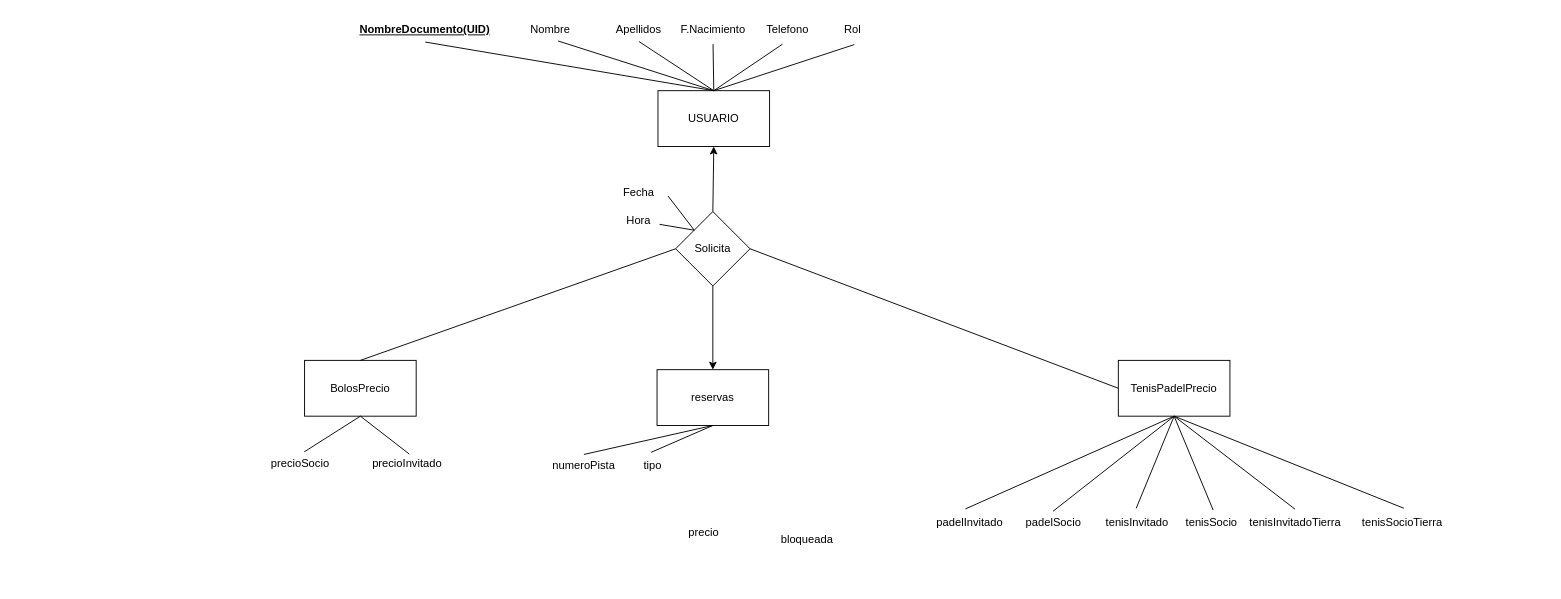
Earlier version of the draw.io diagram Trabajo_Fin_Grado/E02/DiagramaClasesUso.drawio (vod275/TFG_VIctor_Oliver). Source tidied: cells renumbered, new cells numbered last; positions are measured from the earlier drawing's top-left corner, leaving out a move shared by most shapes. Both pictures are drawn from the tidied source at 93%, with x=0, y=0 at pixel (258, 16).
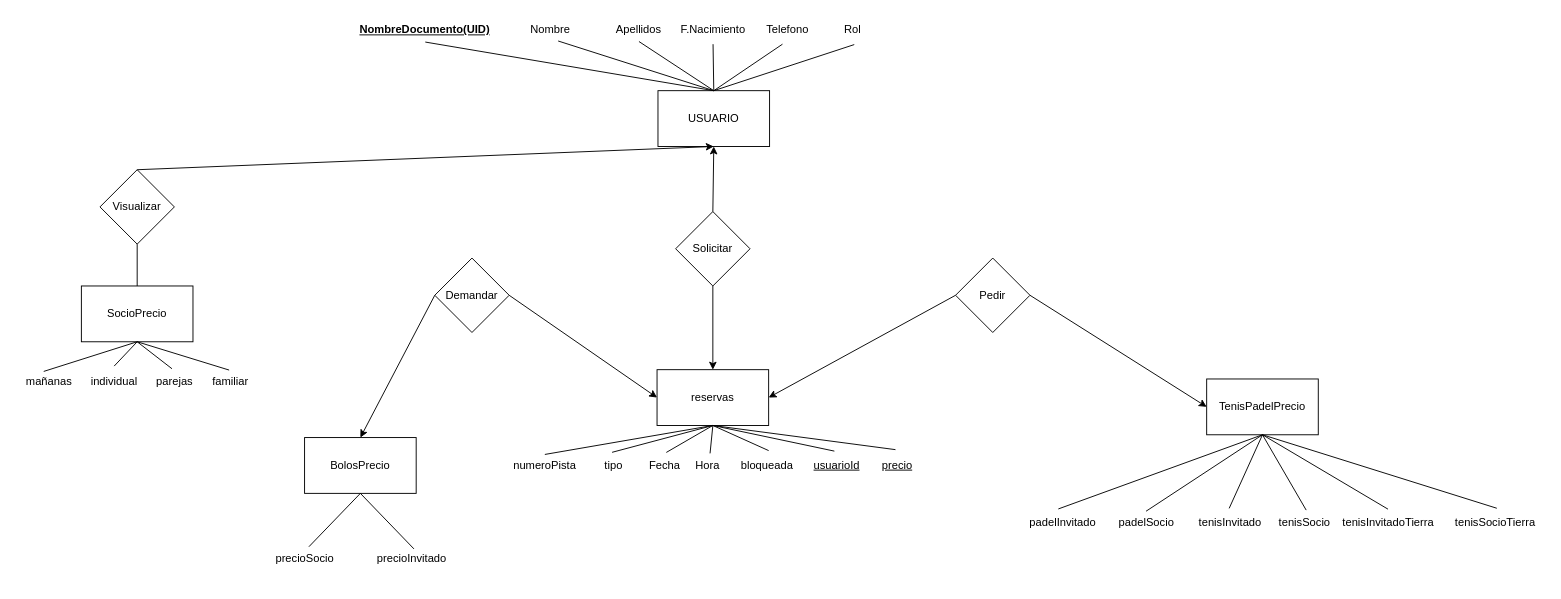
Above is the later version.

The change refers to these unchanged cells:
```xml
<mxCell id="2" value="USUARIO" style="rounded=0;whiteSpace=wrap;html=1;" parent="1" vertex="1">
  <mxGeometry x="430" y="80" width="120" height="60" as="geometry" />
</mxCell>
<mxCell id="20" value="reservas" style="rounded=0;whiteSpace=wrap;html=1;" parent="1" vertex="1">
  <mxGeometry x="429" y="380" width="120" height="60" as="geometry" />
</mxCell>
```

What changed in the source:
```diff
@@
-    <mxCell id="3" value="Solicita" style="rhombus;whiteSpace=wrap;html=1;rounded=0;" parent="1" vertex="1">
+    <mxCell id="3" value="Solicitar" style="rhombus;whiteSpace=wrap;html=1;rounded=0;" parent="1" vertex="1">
       <mxGeometry x="449" y="210" width="80" height="80" as="geometry" />
     </mxCell>
@@
     <mxCell id="14" value="Fecha" style="text;html=1;align=center;verticalAlign=middle;points=[];rounded=0;" parent="1" vertex="1">
-      <mxGeometry x="379" y="175" width="60" height="30" as="geometry" />
+      <mxGeometry x="407" y="468" width="60" height="30" as="geometry" />
     </mxCell>
     <mxCell id="15" value="Hora" style="text;html=1;align=center;verticalAlign=middle;points=[];rounded=0;" parent="1" vertex="1">
-      <mxGeometry x="384" y="205" width="50" height="30" as="geometry" />
+      <mxGeometry x="458" y="468" width="50" height="30" as="geometry" />
     </mxCell>
-    <mxCell id="16" style="endArrow=none;html=1;rounded=0;exitX=0;exitY=0;exitDx=0;exitDy=0;entryX=0.954;entryY=0.624;entryDx=0;entryDy=0;entryPerimeter=0;" parent="1" edge="1" source="3" target="15">
+    <mxCell id="16" style="endArrow=none;html=1;rounded=0;exitX=0.5;exitY=1;exitDx=0;exitDy=0;entryX=0.56;entryY=0.067;entryDx=0;entryDy=0;entryPerimeter=0;" parent="1" edge="1" source="20" target="15">
       <mxGeometry relative="1" as="geometry" />
     </mxCell>
-    <mxCell id="17" style="endArrow=none;html=1;rounded=0;exitX=1.031;exitY=0.61;exitDx=0;exitDy=0;exitPerimeter=0;entryX=0;entryY=0;entryDx=0;entryDy=0;" parent="1" edge="1" source="14" target="3">
+    <mxCell id="17" style="endArrow=none;html=1;rounded=0;exitX=0.533;exitY=0.033;exitDx=0;exitDy=0;exitPerimeter=0;entryX=0.5;entryY=1;entryDx=0;entryDy=0;" parent="1" edge="1" source="14" target="20">
       <mxGeometry relative="1" as="geometry" />
     </mxCell>
@@
     <mxCell id="21" value="numeroPista" style="text;html=1;align=center;verticalAlign=middle;points=[];fontStyle=0;rounded=0;" parent="1" vertex="1">
-      <mxGeometry x="305" y="468" width="90" height="30" as="geometry" />
+      <mxGeometry x="263" y="468" width="90" height="30" as="geometry" />
     </mxCell>
@@
-    <mxCell id="23" style="endArrow=none;html=1;rounded=0;entryX=0;entryY=0.5;entryDx=0;entryDy=0;exitX=1;exitY=0.5;exitDx=0;exitDy=0;" parent="1" edge="1" source="3" target="28">
-      <mxGeometry relative="1" as="geometry" />
-    </mxCell>
     <mxCell id="24" value="tipo" style="text;html=1;align=center;verticalAlign=middle;points=[];rounded=0;" parent="1" vertex="1">
-      <mxGeometry x="404" y="468" width="40" height="30" as="geometry" />
+      <mxGeometry x="362" y="468" width="40" height="30" as="geometry" />
     </mxCell>
@@
     <mxCell id="28" value="TenisPadelPrecio" style="rounded=0;whiteSpace=wrap;html=1;" parent="1" vertex="1">
-      <mxGeometry x="925" y="370" width="120" height="60" as="geometry" />
+      <mxGeometry x="1020" y="390" width="120" height="60" as="geometry" />
     </mxCell>
     <mxCell id="29" value="&lt;div&gt;padelInvitado&lt;/div&gt;" style="text;html=1;align=center;verticalAlign=middle;points=[];strokeColor=none;fillColor=none;" parent="1" vertex="1">
-      <mxGeometry x="720" y="530" width="90" height="30" as="geometry" />
+      <mxGeometry x="820" y="530" width="90" height="30" as="geometry" />
     </mxCell>
     <mxCell id="30" value="tenisInvitado" style="text;html=1;align=center;verticalAlign=middle;points=[];strokeColor=none;fillColor=none;" parent="1" vertex="1">
-      <mxGeometry x="900" y="530" width="90" height="30" as="geometry" />
+      <mxGeometry x="1000" y="530" width="90" height="30" as="geometry" />
     </mxCell>
     <mxCell id="31" value="&lt;div&gt;padelSocio&lt;/div&gt;" style="text;html=1;align=center;verticalAlign=middle;points=[];strokeColor=none;fillColor=none;" parent="1" vertex="1">
-      <mxGeometry x="815" y="530" width="80" height="30" as="geometry" />
+      <mxGeometry x="915" y="530" width="80" height="30" as="geometry" />
     </mxCell>
@@
     <mxCell id="35" value="BolosPrecio" style="rounded=0;whiteSpace=wrap;html=1;" parent="1" vertex="1">
-      <mxGeometry x="50" y="370" width="120" height="60" as="geometry" />
+      <mxGeometry x="50" y="453" width="120" height="60" as="geometry" />
     </mxCell>
-    <mxCell id="36" style="endArrow=none;html=1;rounded=0;exitX=0.5;exitY=0;exitDx=0;exitDy=0;entryX=0;entryY=0.5;entryDx=0;entryDy=0;" parent="1" edge="1" source="35" target="3">
-      <mxGeometry relative="1" as="geometry" />
-    </mxCell>
     <mxCell id="37" value="precioInvitado&lt;div&gt;&lt;br&gt;&lt;/div&gt;" style="text;html=1;align=center;verticalAlign=middle;points=[];strokeColor=none;fillColor=none;" parent="1" vertex="1">
-      <mxGeometry x="110" y="468" width="100" height="40" as="geometry" />
+      <mxGeometry x="115" y="570" width="100" height="40" as="geometry" />
     </mxCell>
     <mxCell id="38" value="precioSocio&lt;div&gt;&lt;br&gt;&lt;/div&gt;" style="text;html=1;align=center;verticalAlign=middle;points=[];strokeColor=none;fillColor=none;" parent="1" vertex="1">
-      <mxGeometry y="468" width="90" height="40" as="geometry" />
+      <mxGeometry x="5" y="570" width="90" height="40" as="geometry" />
     </mxCell>
@@
     <mxCell id="42" value="tenisSocio" style="text;html=1;align=center;verticalAlign=middle;points=[];strokeColor=none;fillColor=none;" parent="1" vertex="1">
-      <mxGeometry x="985" y="530" width="80" height="30" as="geometry" />
+      <mxGeometry x="1085" y="530" width="80" height="30" as="geometry" />
     </mxCell>
     <mxCell id="43" value="tenisInvitadoTierra" style="text;html=1;align=center;verticalAlign=middle;points=[];strokeColor=none;fillColor=none;" parent="1" vertex="1">
-      <mxGeometry x="1055" y="530" width="120" height="30" as="geometry" />
+      <mxGeometry x="1155" y="530" width="120" height="30" as="geometry" />
     </mxCell>
     <mxCell id="44" value="tenisSocioTierra" style="text;html=1;align=center;verticalAlign=middle;points=[];strokeColor=none;fillColor=none;" parent="1" vertex="1">
-      <mxGeometry x="1175" y="530" width="110" height="30" as="geometry" />
+      <mxGeometry x="1275" y="530" width="110" height="30" as="geometry" />
     </mxCell>
@@
+    <mxCell id="48" value="bloqueada" style="text;html=1;align=center;verticalAlign=middle;points=[];strokeColor=none;fillColor=none;" parent="1" vertex="1">
+      <mxGeometry x="507" y="468" width="80" height="30" as="geometry" />
+    </mxCell>
+    <mxCell id="49" style="endArrow=none;html=1;rounded=0;exitX=0.5;exitY=1;exitDx=0;exitDy=0;entryX=0.525;entryY=-0.033;entryDx=0;entryDy=0;entryPerimeter=0;" parent="1" edge="1" source="20" target="48">
+      <mxGeometry relative="1" as="geometry" />
+    </mxCell>
+    <mxCell id="50" value="Visualizar" style="rhombus;whiteSpace=wrap;html=1;" parent="1" vertex="1">
+      <mxGeometry x="-170" y="165" width="80" height="80" as="geometry" />
+    </mxCell>
+    <mxCell id="51" style="endArrow=classic;html=1;rounded=0;entryX=0.5;entryY=1;entryDx=0;entryDy=0;exitX=0.5;exitY=0;exitDx=0;exitDy=0;" parent="1" edge="1" source="50" target="2">
+      <mxGeometry relative="1" as="geometry" />
+    </mxCell>
+    <mxCell id="52" value="SocioPrecio" style="rounded=0;whiteSpace=wrap;html=1;" parent="1" vertex="1">
+      <mxGeometry x="-190" y="290" width="120" height="60" as="geometry" />
+    </mxCell>
+    <mxCell id="53" value="mañanas" style="text;html=1;align=center;verticalAlign=middle;points=[];strokeColor=none;fillColor=none;" parent="1" vertex="1">
+      <mxGeometry x="-260" y="378" width="70" height="30" as="geometry" />
+    </mxCell>
+    <mxCell id="54" value="individual" style="text;html=1;align=center;verticalAlign=middle;points=[];strokeColor=none;fillColor=none;" parent="1" vertex="1">
+      <mxGeometry x="-190" y="378" width="70" height="30" as="geometry" />
+    </mxCell>
+    <mxCell id="55" value="parejas" style="text;html=1;align=center;verticalAlign=middle;points=[];strokeColor=none;fillColor=none;" parent="1" vertex="1">
+      <mxGeometry x="-120" y="378" width="60" height="30" as="geometry" />
+    </mxCell>
+    <mxCell id="56" style="endArrow=none;html=1;rounded=0;exitX=0.5;exitY=1;exitDx=0;exitDy=0;entryX=0.5;entryY=0;entryDx=0;entryDy=0;" parent="1" edge="1" source="50" target="52">
+      <mxGeometry relative="1" as="geometry" />
+    </mxCell>
+    <mxCell id="57" style="endArrow=none;html=1;rounded=0;exitX=0.422;exitY=0.129;exitDx=0;exitDy=0;exitPerimeter=0;entryX=0.5;entryY=1;entryDx=0;entryDy=0;" parent="1" edge="1" source="53" target="52">
+      <mxGeometry relative="1" as="geometry" />
+    </mxCell>
+    <mxCell id="58" style="endArrow=none;html=1;rounded=0;exitX=0.504;exitY=-0.062;exitDx=0;exitDy=0;exitPerimeter=0;entryX=0.5;entryY=1;entryDx=0;entryDy=0;" parent="1" edge="1" source="54" target="52">
+      <mxGeometry relative="1" as="geometry" />
+    </mxCell>
+    <mxCell id="59" style="endArrow=none;html=1;rounded=0;exitX=0.457;exitY=0.033;exitDx=0;exitDy=0;exitPerimeter=0;entryX=0.5;entryY=1;entryDx=0;entryDy=0;" parent="1" edge="1" source="55" target="52">
+      <mxGeometry relative="1" as="geometry" />
+    </mxCell>
+    <mxCell id="60" value="familiar" style="text;html=1;align=center;verticalAlign=middle;points=[];strokeColor=none;fillColor=none;" parent="1" vertex="1">
+      <mxGeometry x="-60" y="378" width="60" height="30" as="geometry" />
+    </mxCell>
+    <mxCell id="61" style="endArrow=none;html=1;rounded=0;exitX=0.481;exitY=0.081;exitDx=0;exitDy=0;exitPerimeter=0;entryX=0.5;entryY=1;entryDx=0;entryDy=0;" parent="1" edge="1" source="60" target="52">
+      <mxGeometry relative="1" as="geometry" />
+    </mxCell>
-    <mxCell id="47" value="precio" style="text;html=1;align=center;verticalAlign=middle;points=[];strokeColor=none;fillColor=none;" parent="1" vertex="1">
-      <mxGeometry x="449" y="540" width="60" height="30" as="geometry" />
+    <mxCell id="47" value="precio" style="text;html=1;align=center;verticalAlign=middle;points=[];strokeColor=none;fillColor=none;fontStyle=4;" parent="1" vertex="1">
+      <mxGeometry x="657" y="468" width="60" height="30" as="geometry" />
     </mxCell>
-    <mxCell id="48" value="bloqueada" style="text;html=1;align=center;verticalAlign=middle;points=[];strokeColor=none;fillColor=none;" parent="1" vertex="1">
-      <mxGeometry x="550" y="548" width="80" height="30" as="geometry" />
-    </mxCell>
+    <mxCell id="62" value="&lt;u&gt;usuarioId&lt;/u&gt;" style="text;html=1;align=center;verticalAlign=middle;points=[];strokeColor=none;fillColor=none;" parent="1" vertex="1">
+      <mxGeometry x="587" y="468" width="70" height="30" as="geometry" />
+    </mxCell>
+    <mxCell id="63" style="endArrow=none;html=1;rounded=0;exitX=0.467;exitY=-0.014;exitDx=0;exitDy=0;exitPerimeter=0;entryX=0.5;entryY=1;entryDx=0;entryDy=0;" parent="1" edge="1" source="62" target="20">
+      <mxGeometry relative="1" as="geometry" />
+    </mxCell>
+    <mxCell id="64" value="Pedir" style="rhombus;whiteSpace=wrap;html=1;" parent="1" vertex="1">
+      <mxGeometry x="750" y="260" width="80" height="80" as="geometry" />
+    </mxCell>
+    <mxCell id="65" style="endArrow=classic;html=1;rounded=0;exitX=1;exitY=0.5;exitDx=0;exitDy=0;entryX=0;entryY=0.5;entryDx=0;entryDy=0;" parent="1" edge="1" source="64" target="28">
+      <mxGeometry relative="1" as="geometry" />
+    </mxCell>
+    <mxCell id="66" style="endArrow=classic;html=1;rounded=0;entryX=1;entryY=0.5;entryDx=0;entryDy=0;exitX=0;exitY=0.5;exitDx=0;exitDy=0;" parent="1" edge="1" source="64" target="20">
+      <mxGeometry relative="1" as="geometry" />
+    </mxCell>
+    <mxCell id="67" style="endArrow=none;html=1;rounded=0;exitX=0.473;exitY=-0.067;exitDx=0;exitDy=0;exitPerimeter=0;entryX=0.5;entryY=1;entryDx=0;entryDy=0;fontStyle=4;" parent="1" edge="1" source="47" target="20">
+      <mxGeometry relative="1" as="geometry" />
+    </mxCell>
+    <mxCell id="68" value="Demandar" style="rhombus;whiteSpace=wrap;html=1;" parent="1" vertex="1">
+      <mxGeometry x="190" y="260" width="80" height="80" as="geometry" />
+    </mxCell>
+    <mxCell id="69" style="endArrow=classic;html=1;rounded=0;entryX=0;entryY=0.5;entryDx=0;entryDy=0;exitX=1;exitY=0.5;exitDx=0;exitDy=0;" parent="1" edge="1" source="68" target="20">
+      <mxGeometry relative="1" as="geometry" />
+    </mxCell>
+    <mxCell id="70" style="endArrow=classic;html=1;rounded=0;exitX=0;exitY=0.5;exitDx=0;exitDy=0;entryX=0.5;entryY=0;entryDx=0;entryDy=0;" parent="1" edge="1" source="68" target="35">
+      <mxGeometry relative="1" as="geometry" />
+    </mxCell>
```
